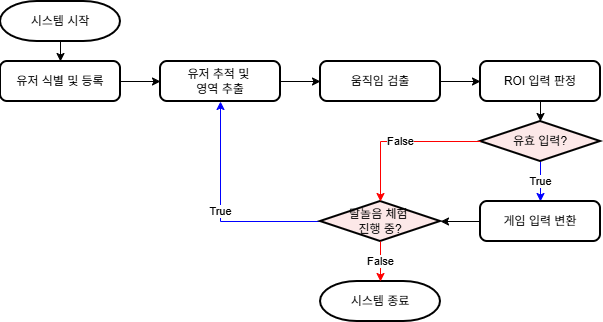
Earlier version of the draw.io export assets/시범콘텐츠/탈놀음/플로우_모션인식.png (company-cellbig/kocca30). Source tidied: cells renumbered, new cells last; positions are measured from the earlier drawing's top-left corner, leaving out a move shared by most shapes.
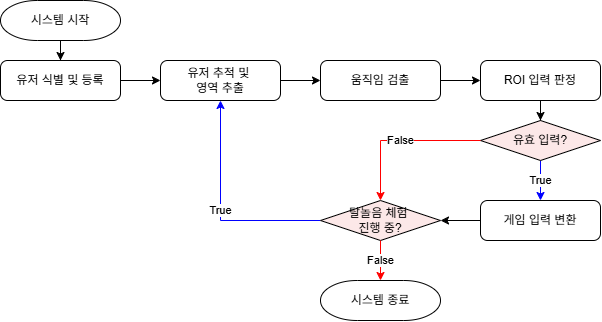
After the change.

What changed in the source:
```diff
@@ -2,61 +2,61 @@
   <root>
     <mxCell id="0" />
     <mxCell id="1" parent="0" />
-    <mxCell id="2" style="edgeStyle=orthogonalEdgeStyle;rounded=0;jettySize=auto;html=1;entryX=0.5;entryY=0;entryDx=0;entryDy=0;" parent="1" edge="1" source="3" target="20">
+    <mxCell id="2" style="edgeStyle=orthogonalEdgeStyle;rounded=0;jettySize=auto;html=1;entryX=0.5;entryY=0;entryDx=0;entryDy=0;strokeWidth=1;" parent="1" edge="1" source="3" target="20">
       <mxGeometry relative="1" as="geometry" />
     </mxCell>
-    <mxCell id="3" value="시스템 시작" style="strokeWidth=2;html=1;shape=mxgraph.flowchart.terminator;whiteSpace=wrap;" parent="1" vertex="1">
+    <mxCell id="3" value="시스템 시작" style="strokeWidth=1;html=1;shape=mxgraph.flowchart.terminator;whiteSpace=wrap;" parent="1" vertex="1">
       <mxGeometry width="120" height="40" as="geometry" />
     </mxCell>
-    <mxCell id="4" style="edgeStyle=orthogonalEdgeStyle;rounded=0;jettySize=auto;html=1;entryX=0;entryY=0.5;entryDx=0;entryDy=0;" parent="1" edge="1" source="5" target="7">
+    <mxCell id="4" style="edgeStyle=orthogonalEdgeStyle;rounded=0;jettySize=auto;html=1;entryX=0;entryY=0.5;entryDx=0;entryDy=0;strokeWidth=1;" parent="1" edge="1" source="5" target="7">
       <mxGeometry relative="1" as="geometry" />
     </mxCell>
-    <mxCell id="5" value="유저 추적 및&amp;nbsp;&lt;div&gt;영역 추출&lt;/div&gt;" style="rounded=1;whiteSpace=wrap;html=1;absoluteArcSize=1;arcSize=14;strokeWidth=2;" parent="1" vertex="1">
+    <mxCell id="5" value="유저 추적 및&amp;nbsp;&lt;div&gt;영역 추출&lt;/div&gt;" style="rounded=1;whiteSpace=wrap;html=1;absoluteArcSize=1;arcSize=14;strokeWidth=1;" parent="1" vertex="1">
       <mxGeometry x="160" y="60" width="120" height="40" as="geometry" />
     </mxCell>
-    <mxCell id="6" style="edgeStyle=orthogonalEdgeStyle;rounded=0;jettySize=auto;html=1;" parent="1" edge="1" source="7" target="8">
+    <mxCell id="6" style="edgeStyle=orthogonalEdgeStyle;rounded=0;jettySize=auto;html=1;strokeWidth=1;" parent="1" edge="1" source="7" target="8">
       <mxGeometry relative="1" as="geometry" />
     </mxCell>
-    <mxCell id="7" value="움직임 검출" style="rounded=1;whiteSpace=wrap;html=1;absoluteArcSize=1;arcSize=14;strokeWidth=2;" parent="1" vertex="1">
+    <mxCell id="7" value="움직임 검출" style="rounded=1;whiteSpace=wrap;html=1;absoluteArcSize=1;arcSize=14;strokeWidth=1;" parent="1" vertex="1">
       <mxGeometry x="320" y="60" width="120" height="40" as="geometry" />
     </mxCell>
-    <mxCell id="8" value="ROI 입력 판정" style="rounded=1;whiteSpace=wrap;html=1;absoluteArcSize=1;arcSize=14;strokeWidth=2;" parent="1" vertex="1">
+    <mxCell id="8" value="ROI 입력 판정" style="rounded=1;whiteSpace=wrap;html=1;absoluteArcSize=1;arcSize=14;strokeWidth=1;" parent="1" vertex="1">
       <mxGeometry x="480" y="60" width="120" height="40" as="geometry" />
     </mxCell>
-    <mxCell id="9" value="True" style="edgeStyle=orthogonalEdgeStyle;rounded=0;jettySize=auto;html=1;entryX=0.5;entryY=0;entryDx=0;entryDy=0;strokeColor=#0000FF;" parent="1" edge="1" source="10" target="11">
+    <mxCell id="9" value="True" style="edgeStyle=orthogonalEdgeStyle;rounded=0;jettySize=auto;html=1;entryX=0.5;entryY=0;entryDx=0;entryDy=0;strokeColor=#0000FF;strokeWidth=1;" parent="1" edge="1" source="10" target="11">
       <mxGeometry relative="1" as="geometry" />
     </mxCell>
-    <mxCell id="10" value="유효 입력?" style="strokeWidth=2;html=1;shape=mxgraph.flowchart.decision;whiteSpace=wrap;fillColor=#FCE8E8;" parent="1" vertex="1">
+    <mxCell id="10" value="유효 입력?" style="strokeWidth=1;html=1;shape=mxgraph.flowchart.decision;whiteSpace=wrap;fillColor=#FCE8E8;" parent="1" vertex="1">
       <mxGeometry x="480" y="120" width="120" height="40" as="geometry" />
     </mxCell>
-    <mxCell id="11" value="게임 입력 변환" style="rounded=1;whiteSpace=wrap;html=1;absoluteArcSize=1;arcSize=14;strokeWidth=2;" parent="1" vertex="1">
+    <mxCell id="11" value="게임 입력 변환" style="rounded=1;whiteSpace=wrap;html=1;absoluteArcSize=1;arcSize=14;strokeWidth=1;" parent="1" vertex="1">
       <mxGeometry x="480" y="200" width="120" height="40" as="geometry" />
     </mxCell>
-    <mxCell id="12" value="True" style="edgeStyle=orthogonalEdgeStyle;rounded=0;jettySize=auto;html=1;entryX=0.5;entryY=1;entryDx=0;entryDy=0;strokeColor=#0000FF;" parent="1" edge="1" source="13" target="5">
+    <mxCell id="12" value="True" style="edgeStyle=orthogonalEdgeStyle;rounded=0;jettySize=auto;html=1;entryX=0.5;entryY=1;entryDx=0;entryDy=0;strokeColor=#0000FF;strokeWidth=1;" parent="1" edge="1" source="13" target="5">
       <mxGeometry relative="1" as="geometry" />
     </mxCell>
-    <mxCell id="13" value="탈놀음 체험&amp;nbsp;&lt;div&gt;진행 중?&lt;/div&gt;" style="strokeWidth=2;html=1;shape=mxgraph.flowchart.decision;whiteSpace=wrap;fillColor=#FCE8E8;" parent="1" vertex="1">
+    <mxCell id="13" value="탈놀음 체험&amp;nbsp;&lt;div&gt;진행 중?&lt;/div&gt;" style="strokeWidth=1;html=1;shape=mxgraph.flowchart.decision;whiteSpace=wrap;fillColor=#FCE8E8;" parent="1" vertex="1">
       <mxGeometry x="320" y="200" width="120" height="40" as="geometry" />
     </mxCell>
-    <mxCell id="14" style="edgeStyle=orthogonalEdgeStyle;rounded=0;jettySize=auto;html=1;entryX=0.5;entryY=0;entryDx=0;entryDy=0;entryPerimeter=0;" parent="1" edge="1" source="8" target="10">
+    <mxCell id="14" style="edgeStyle=orthogonalEdgeStyle;rounded=0;jettySize=auto;html=1;entryX=0.5;entryY=0;entryDx=0;entryDy=0;entryPerimeter=0;strokeWidth=1;" parent="1" edge="1" source="8" target="10">
       <mxGeometry relative="1" as="geometry" />
     </mxCell>
-    <mxCell id="15" value="False" style="edgeStyle=orthogonalEdgeStyle;rounded=0;jettySize=auto;html=1;entryX=0.5;entryY=0;entryDx=0;entryDy=0;entryPerimeter=0;strokeColor=#FF0000;" parent="1" edge="1" source="10" target="13">
+    <mxCell id="15" value="False" style="edgeStyle=orthogonalEdgeStyle;rounded=0;jettySize=auto;html=1;entryX=0.5;entryY=0;entryDx=0;entryDy=0;entryPerimeter=0;strokeColor=#FF0000;strokeWidth=1;" parent="1" edge="1" source="10" target="13">
       <mxGeometry relative="1" as="geometry" />
     </mxCell>
-    <mxCell id="16" style="edgeStyle=orthogonalEdgeStyle;rounded=0;jettySize=auto;html=1;entryX=1;entryY=0.5;entryDx=0;entryDy=0;entryPerimeter=0;" parent="1" edge="1" source="11" target="13">
+    <mxCell id="16" style="edgeStyle=orthogonalEdgeStyle;rounded=0;jettySize=auto;html=1;entryX=1;entryY=0.5;entryDx=0;entryDy=0;entryPerimeter=0;strokeWidth=1;" parent="1" edge="1" source="11" target="13">
       <mxGeometry relative="1" as="geometry" />
     </mxCell>
-    <mxCell id="17" value="시스템 종료" style="strokeWidth=2;html=1;shape=mxgraph.flowchart.terminator;whiteSpace=wrap;" parent="1" vertex="1">
+    <mxCell id="17" value="시스템 종료" style="strokeWidth=1;html=1;shape=mxgraph.flowchart.terminator;whiteSpace=wrap;" parent="1" vertex="1">
       <mxGeometry x="320" y="280" width="120" height="40" as="geometry" />
     </mxCell>
-    <mxCell id="18" value="False" style="edgeStyle=orthogonalEdgeStyle;rounded=0;jettySize=auto;html=1;entryX=0.5;entryY=0;entryDx=0;entryDy=0;entryPerimeter=0;strokeColor=#FF0000;" parent="1" edge="1" source="13" target="17">
+    <mxCell id="18" value="False" style="edgeStyle=orthogonalEdgeStyle;rounded=0;jettySize=auto;html=1;entryX=0.5;entryY=0;entryDx=0;entryDy=0;entryPerimeter=0;strokeColor=#FF0000;strokeWidth=1;" parent="1" edge="1" source="13" target="17">
       <mxGeometry relative="1" as="geometry" />
     </mxCell>
-    <mxCell id="19" style="edgeStyle=orthogonalEdgeStyle;rounded=0;jettySize=auto;html=1;entryX=0;entryY=0.5;entryDx=0;entryDy=0;" parent="1" edge="1" source="20" target="5">
+    <mxCell id="19" style="edgeStyle=orthogonalEdgeStyle;rounded=0;jettySize=auto;html=1;entryX=0;entryY=0.5;entryDx=0;entryDy=0;strokeWidth=1;" parent="1" edge="1" source="20" target="5">
       <mxGeometry relative="1" as="geometry" />
     </mxCell>
-    <mxCell id="20" value="유저 식별 및 등록" style="rounded=1;whiteSpace=wrap;html=1;absoluteArcSize=1;arcSize=14;strokeWidth=2;" parent="1" vertex="1">
+    <mxCell id="20" value="유저 식별 및 등록" style="rounded=1;whiteSpace=wrap;html=1;absoluteArcSize=1;arcSize=14;strokeWidth=1;" parent="1" vertex="1">
       <mxGeometry y="60" width="120" height="40" as="geometry" />
     </mxCell>
   </root>
```
